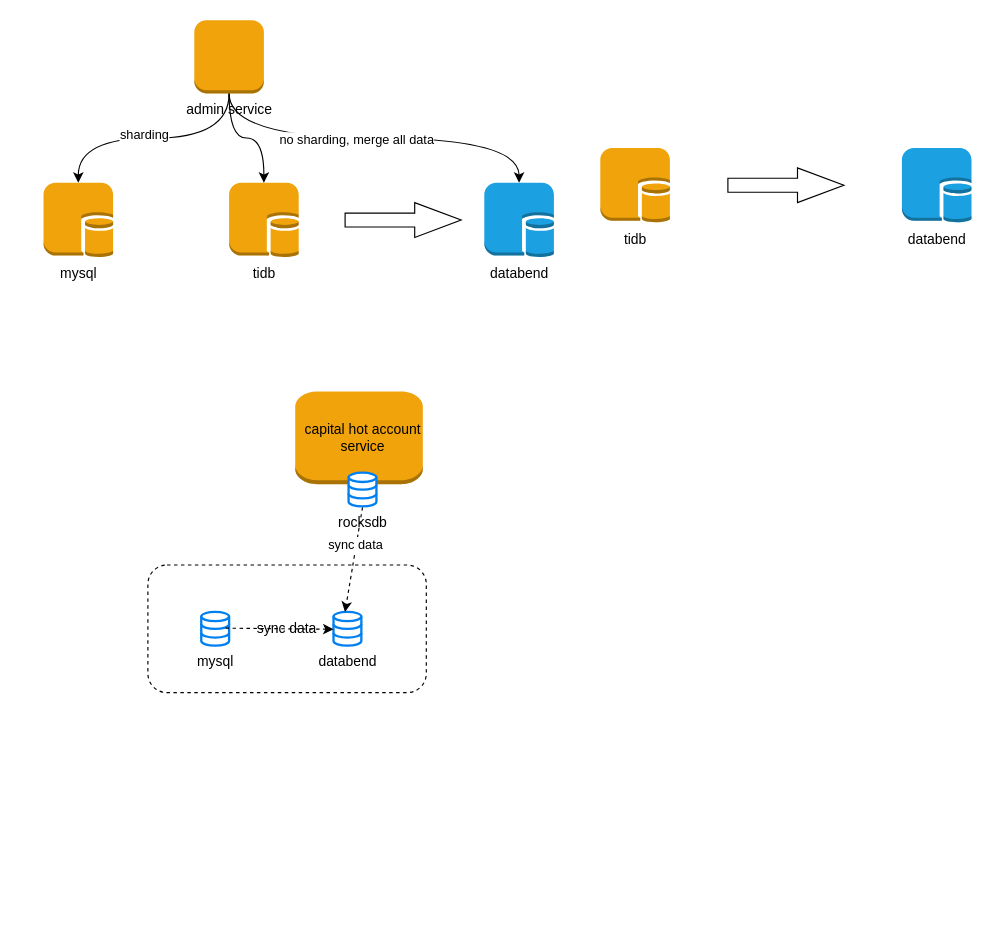
The draw.io diagram doc/migrate-to-databend.drawio in jackjoesh/databend, before the edit. Source tidied: cells renumbered, new cells numbered last; positions are measured from the earlier drawing's top-left corner, leaving out a move shared by most shapes. Both pictures are drawn from the tidied source at 116%, with x=0, y=0 at pixel (43, 20).
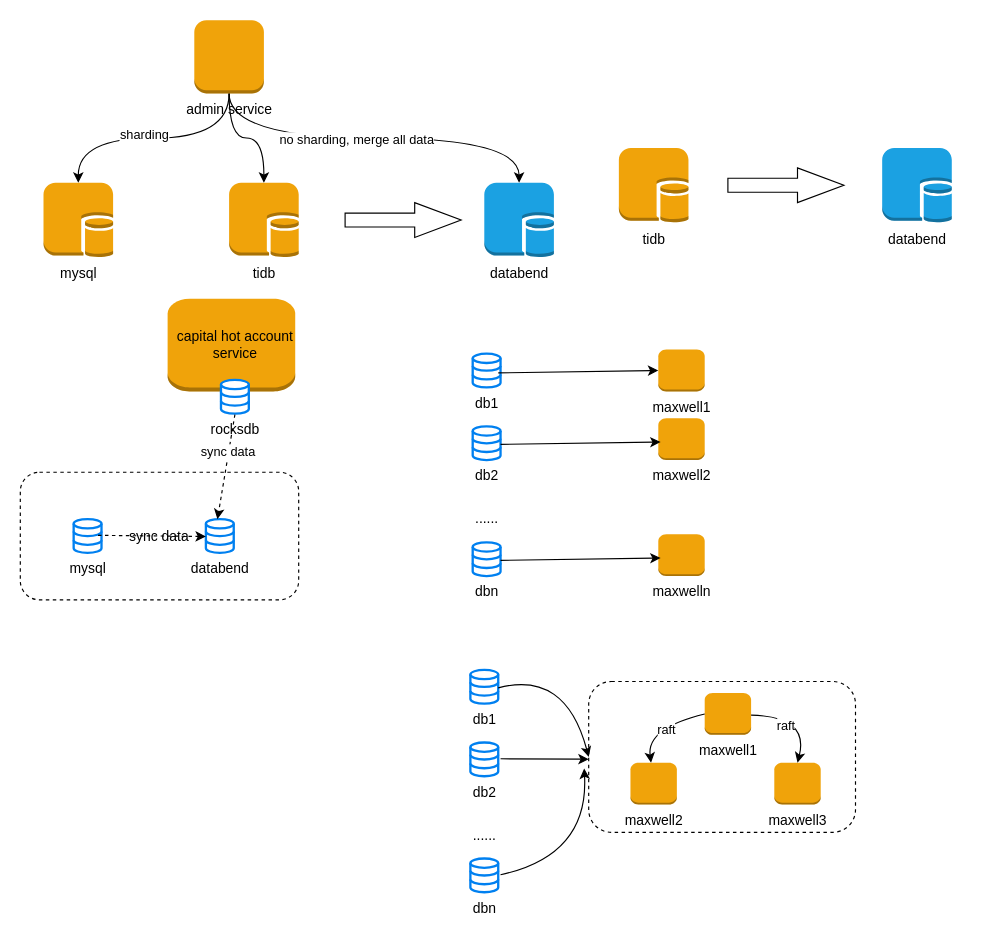
The same diagram, later.

Change to the diagram source:
```diff
@@
     <mxCell id="12" value="tidb" style="dashed=0;verticalLabelPosition=bottom;verticalAlign=top;align=center;html=1;shape=mxgraph.aws3.db_on_instance;fillColor=#f0a30a;fontColor=#000000;strokeColor=#BD7000;" parent="1" vertex="1">
-      <mxGeometry x="480" y="110" width="60" height="64.5" as="geometry" />
+      <mxGeometry x="496" y="110" width="60" height="64.5" as="geometry" />
     </mxCell>
@@
     <mxCell id="14" value="databend" style="dashed=0;verticalLabelPosition=bottom;verticalAlign=top;align=center;html=1;shape=mxgraph.aws3.db_on_instance;fillColor=#1ba1e2;fontColor=#000000;strokeColor=#006EAF;" parent="1" vertex="1">
-      <mxGeometry x="740" y="110" width="60" height="64.5" as="geometry" />
+      <mxGeometry x="723" y="110" width="60" height="64.5" as="geometry" />
     </mxCell>
     <mxCell id="15" style="dashed=0;verticalLabelPosition=bottom;verticalAlign=top;align=center;html=1;shape=mxgraph.aws3.instance;fillColor=#f0a30a;fontColor=#000000;strokeColor=#BD7000;" parent="1" vertex="1">
-      <mxGeometry x="217" y="320" width="110" height="80" as="geometry" />
+      <mxGeometry x="107" y="240" width="110" height="80" as="geometry" />
     </mxCell>
     <mxCell id="16" value="rocksdb" style="html=1;verticalLabelPosition=bottom;align=center;labelBackgroundColor=#ffffff;verticalAlign=top;strokeWidth=2;strokeColor=#0080F0;shadow=0;dashed=0;shape=mxgraph.ios7.icons.data;" parent="1" vertex="1">
-      <mxGeometry x="263" y="390" width="24" height="29.1" as="geometry" />
+      <mxGeometry x="153" y="310" width="24" height="29.1" as="geometry" />
     </mxCell>
     <mxCell id="17" value="sync data" style="rounded=1;whiteSpace=wrap;html=1;dashed=1;" parent="1" vertex="1">
-      <mxGeometry x="90" y="469.6" width="240" height="110" as="geometry" />
+      <mxGeometry x="-20" y="389.6" width="240" height="110" as="geometry" />
     </mxCell>
     <mxCell id="18" value="mysql" style="html=1;verticalLabelPosition=bottom;align=center;labelBackgroundColor=#ffffff;verticalAlign=top;strokeWidth=2;strokeColor=#0080F0;shadow=0;dashed=0;shape=mxgraph.ios7.icons.data;" parent="1" vertex="1">
-      <mxGeometry x="136" y="510" width="24" height="29.1" as="geometry" />
+      <mxGeometry x="26" y="430" width="24" height="29.1" as="geometry" />
     </mxCell>
     <mxCell id="19" value="databend" style="html=1;verticalLabelPosition=bottom;align=center;labelBackgroundColor=#ffffff;verticalAlign=top;strokeWidth=2;strokeColor=#0080F0;shadow=0;dashed=0;shape=mxgraph.ios7.icons.data;" parent="1" vertex="1">
-      <mxGeometry x="250" y="510" width="24" height="29.1" as="geometry" />
+      <mxGeometry x="140" y="430" width="24" height="29.1" as="geometry" />
     </mxCell>
@@
     <mxCell id="21" value="capital hot account &lt;br&gt;service" style="text;html=1;align=center;verticalAlign=middle;strokeColor=none;fillColor=none;" parent="1" vertex="1">
-      <mxGeometry x="215" y="340" width="120" height="40" as="geometry" />
+      <mxGeometry x="105" y="260" width="120" height="40" as="geometry" />
     </mxCell>
     <mxCell id="22" style="endArrow=classic;html=1;entryX=0.708;entryY=0.368;entryDx=0;entryDy=0;entryPerimeter=0;dashed=1;curved=1;" parent="1" edge="1" target="17">
       <mxGeometry relative="1" as="geometry">
-        <mxPoint x="275" y="420" as="sourcePoint" />
+        <mxPoint x="165" y="340" as="sourcePoint" />
       </mxGeometry>
     </mxCell>
@@
+    <mxCell id="24" value="db1" style="html=1;verticalLabelPosition=bottom;align=center;labelBackgroundColor=#ffffff;verticalAlign=top;strokeWidth=2;strokeColor=#0080F0;shadow=0;dashed=0;shape=mxgraph.ios7.icons.data;" parent="1" vertex="1">
+      <mxGeometry x="370" y="287.4" width="24" height="29.1" as="geometry" />
+    </mxCell>
+    <mxCell id="25" value="db2" style="html=1;verticalLabelPosition=bottom;align=center;labelBackgroundColor=#ffffff;verticalAlign=top;strokeWidth=2;strokeColor=#0080F0;shadow=0;dashed=0;shape=mxgraph.ios7.icons.data;" parent="1" vertex="1">
+      <mxGeometry x="370" y="350" width="24" height="29.1" as="geometry" />
+    </mxCell>
+    <mxCell id="26" value="dbn" style="html=1;verticalLabelPosition=bottom;align=center;labelBackgroundColor=#ffffff;verticalAlign=top;strokeWidth=2;strokeColor=#0080F0;shadow=0;dashed=0;shape=mxgraph.ios7.icons.data;" parent="1" vertex="1">
+      <mxGeometry x="370" y="450" width="24" height="29.1" as="geometry" />
+    </mxCell>
+    <mxCell id="27" value="......" style="text;html=1;align=center;verticalAlign=middle;strokeColor=none;fillColor=none;" parent="1" vertex="1">
+      <mxGeometry x="362" y="415" width="40" height="30" as="geometry" />
+    </mxCell>
+    <mxCell id="28" value="maxwell1" style="outlineConnect=0;dashed=0;verticalLabelPosition=bottom;verticalAlign=top;align=center;html=1;shape=mxgraph.aws3.instance;fillColor=#f0a30a;fontColor=#000000;strokeColor=#BD7000;" parent="1" vertex="1">
+      <mxGeometry x="530" y="283.9" width="40" height="36" as="geometry" />
+    </mxCell>
+    <mxCell id="29" value="maxwell2" style="dashed=0;verticalLabelPosition=bottom;verticalAlign=top;align=center;html=1;shape=mxgraph.aws3.instance;fillColor=#f0a30a;fontColor=#000000;strokeColor=#BD7000;" parent="1" vertex="1">
+      <mxGeometry x="530" y="343.1" width="40" height="36" as="geometry" />
+    </mxCell>
+    <mxCell id="30" value="maxwelln" style="dashed=0;verticalLabelPosition=bottom;verticalAlign=top;align=center;html=1;shape=mxgraph.aws3.instance;fillColor=#f0a30a;fontColor=#000000;strokeColor=#BD7000;" parent="1" vertex="1">
+      <mxGeometry x="530" y="443.1" width="40" height="36" as="geometry" />
+    </mxCell>
+    <mxCell id="31" style="endArrow=classic;html=1;rounded=0;exitX=0.917;exitY=0.569;exitDx=0;exitDy=0;exitPerimeter=0;entryX=0;entryY=0.5;entryDx=0;entryDy=0;entryPerimeter=0;" parent="1" edge="1" source="24" target="28">
+      <mxGeometry relative="1" as="geometry" />
+    </mxCell>
+    <mxCell id="32" style="endArrow=classic;html=1;rounded=0;exitX=0.917;exitY=0.569;exitDx=0;exitDy=0;exitPerimeter=0;entryX=0;entryY=0.5;entryDx=0;entryDy=0;entryPerimeter=0;" parent="1" edge="1">
+      <mxGeometry relative="1" as="geometry">
+        <mxPoint x="394" y="365.6" as="sourcePoint" />
+        <mxPoint x="532" y="363.6" as="targetPoint" />
+      </mxGeometry>
+    </mxCell>
+    <mxCell id="33" style="endArrow=classic;html=1;rounded=0;exitX=0.917;exitY=0.569;exitDx=0;exitDy=0;exitPerimeter=0;entryX=0;entryY=0.5;entryDx=0;entryDy=0;entryPerimeter=0;" parent="1" edge="1">
+      <mxGeometry relative="1" as="geometry">
+        <mxPoint x="394" y="465.6" as="sourcePoint" />
+        <mxPoint x="532" y="463.6" as="targetPoint" />
+      </mxGeometry>
+    </mxCell>
+    <mxCell id="34" value="db1" style="html=1;verticalLabelPosition=bottom;align=center;labelBackgroundColor=#ffffff;verticalAlign=top;strokeWidth=2;strokeColor=#0080F0;shadow=0;dashed=0;shape=mxgraph.ios7.icons.data;" parent="1" vertex="1">
+      <mxGeometry x="368" y="560" width="24" height="29.1" as="geometry" />
+    </mxCell>
+    <mxCell id="35" value="db2" style="html=1;verticalLabelPosition=bottom;align=center;labelBackgroundColor=#ffffff;verticalAlign=top;strokeWidth=2;strokeColor=#0080F0;shadow=0;dashed=0;shape=mxgraph.ios7.icons.data;" parent="1" vertex="1">
+      <mxGeometry x="368" y="622.6" width="24" height="29.1" as="geometry" />
+    </mxCell>
+    <mxCell id="36" value="dbn" style="html=1;verticalLabelPosition=bottom;align=center;labelBackgroundColor=#ffffff;verticalAlign=top;strokeWidth=2;strokeColor=#0080F0;shadow=0;dashed=0;shape=mxgraph.ios7.icons.data;" parent="1" vertex="1">
+      <mxGeometry x="368" y="722.6" width="24" height="29.1" as="geometry" />
+    </mxCell>
+    <mxCell id="37" value="......" style="text;html=1;align=center;verticalAlign=middle;strokeColor=none;fillColor=none;" parent="1" vertex="1">
+      <mxGeometry x="360" y="687.6" width="40" height="30" as="geometry" />
+    </mxCell>
+    <mxCell id="38" style="rounded=1;whiteSpace=wrap;html=1;dashed=1;" parent="1" vertex="1">
+      <mxGeometry x="470" y="570" width="230" height="130" as="geometry" />
+    </mxCell>
+    <mxCell id="39" value="maxwell1" style="outlineConnect=0;dashed=0;verticalLabelPosition=bottom;verticalAlign=top;align=center;html=1;shape=mxgraph.aws3.instance;fillColor=#f0a30a;fontColor=#000000;strokeColor=#BD7000;" parent="1" vertex="1">
+      <mxGeometry x="570" y="580" width="40" height="36" as="geometry" />
+    </mxCell>
+    <mxCell id="40" value="maxwell2" style="outlineConnect=0;dashed=0;verticalLabelPosition=bottom;verticalAlign=top;align=center;html=1;shape=mxgraph.aws3.instance;fillColor=#f0a30a;fontColor=#000000;strokeColor=#BD7000;" parent="1" vertex="1">
+      <mxGeometry x="506" y="640" width="40" height="36" as="geometry" />
+    </mxCell>
+    <mxCell id="41" value="maxwell3" style="outlineConnect=0;dashed=0;verticalLabelPosition=bottom;verticalAlign=top;align=center;html=1;shape=mxgraph.aws3.instance;fillColor=#f0a30a;fontColor=#000000;strokeColor=#BD7000;" parent="1" vertex="1">
+      <mxGeometry x="630" y="640" width="40" height="36" as="geometry" />
+    </mxCell>
+    <mxCell id="42" style="endArrow=classic;html=1;exitX=0;exitY=0.5;exitDx=0;exitDy=0;exitPerimeter=0;curved=1;" parent="1" edge="1" source="39" target="40">
+      <mxGeometry relative="1" as="geometry">
+        <Array as="points">
+          <mxPoint x="520" y="610" />
+        </Array>
+      </mxGeometry>
+    </mxCell>
+    <mxCell id="43" value="raft" style="edgeLabel;html=1;align=center;verticalAlign=middle;" parent="42" vertex="1">
+      <mxGeometry x="-0.12" y="5" relative="1" as="geometry" />
+    </mxCell>
+    <mxCell id="44" style="endArrow=classic;html=1;exitX=0.917;exitY=0.569;exitDx=0;exitDy=0;exitPerimeter=0;entryX=0.5;entryY=0;entryDx=0;entryDy=0;entryPerimeter=0;curved=1;" parent="1" edge="1" target="41">
+      <mxGeometry relative="1" as="geometry">
+        <mxPoint x="610" y="599" as="sourcePoint" />
+        <Array as="points">
+          <mxPoint x="660" y="600" />
+        </Array>
+      </mxGeometry>
+    </mxCell>
+    <mxCell id="45" value="raft" style="edgeLabel;html=1;align=center;verticalAlign=middle;" parent="44" vertex="1">
+      <mxGeometry x="-0.34" y="-8" relative="1" as="geometry" />
+    </mxCell>
+    <mxCell id="46" style="endArrow=classic;html=1;exitX=0.917;exitY=0.569;exitDx=0;exitDy=0;exitPerimeter=0;entryX=0;entryY=0.5;entryDx=0;entryDy=0;curved=1;" parent="1" edge="1" target="38">
+      <mxGeometry relative="1" as="geometry">
+        <mxPoint x="392" y="575.5" as="sourcePoint" />
+        <Array as="points">
+          <mxPoint x="450" y="560" />
+        </Array>
+      </mxGeometry>
+    </mxCell>
+    <mxCell id="47" style="endArrow=classic;html=1;rounded=0;exitX=0.917;exitY=0.569;exitDx=0;exitDy=0;exitPerimeter=0;" parent="1" edge="1">
+      <mxGeometry relative="1" as="geometry">
+        <mxPoint x="394" y="636.6" as="sourcePoint" />
+        <mxPoint x="470" y="637" as="targetPoint" />
+      </mxGeometry>
+    </mxCell>
+    <mxCell id="48" style="endArrow=classic;html=1;exitX=0.917;exitY=0.569;exitDx=0;exitDy=0;exitPerimeter=0;entryX=-0.017;entryY=0.577;entryDx=0;entryDy=0;entryPerimeter=0;curved=1;" parent="1" edge="1" target="38">
+      <mxGeometry relative="1" as="geometry">
+        <mxPoint x="394" y="736.6" as="sourcePoint" />
+        <Array as="points">
+          <mxPoint x="470" y="720" />
+        </Array>
+      </mxGeometry>
+    </mxCell>
```
